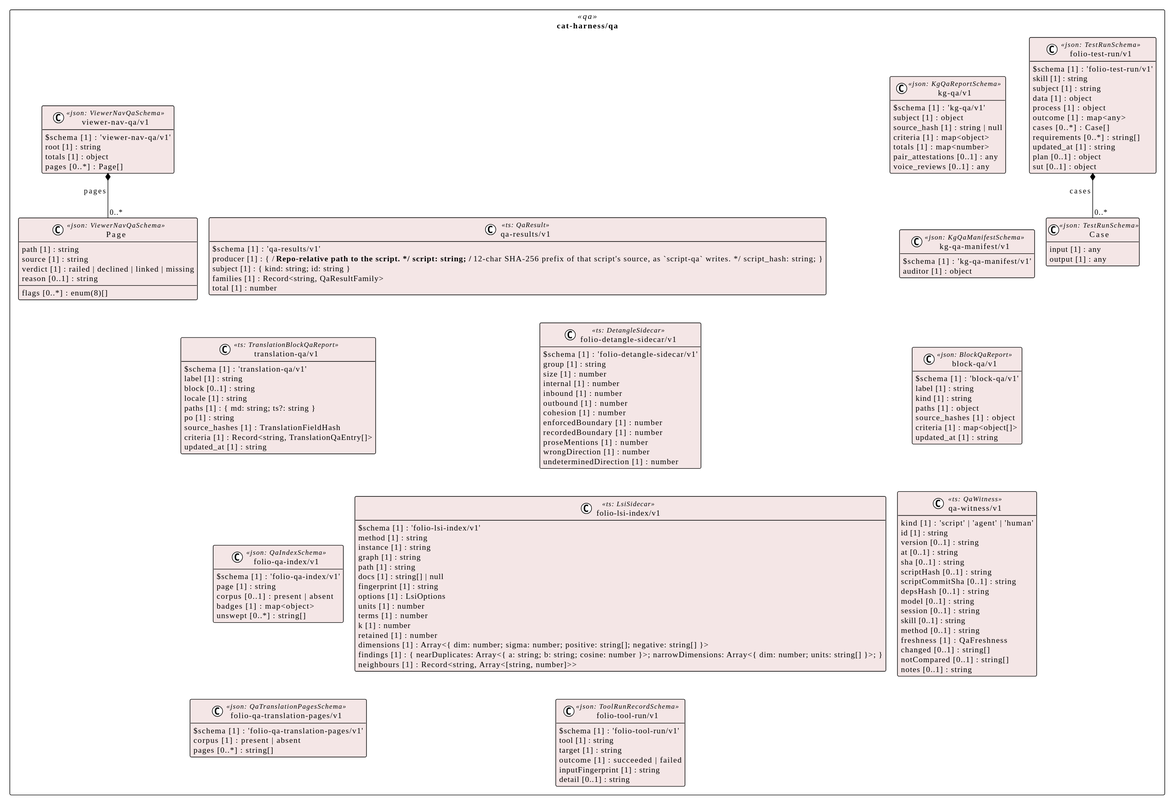
The PlantUML diagram assets/img/uml/overview/cat-harness/qa.svg in litlfred/smart-trust, before a commit.
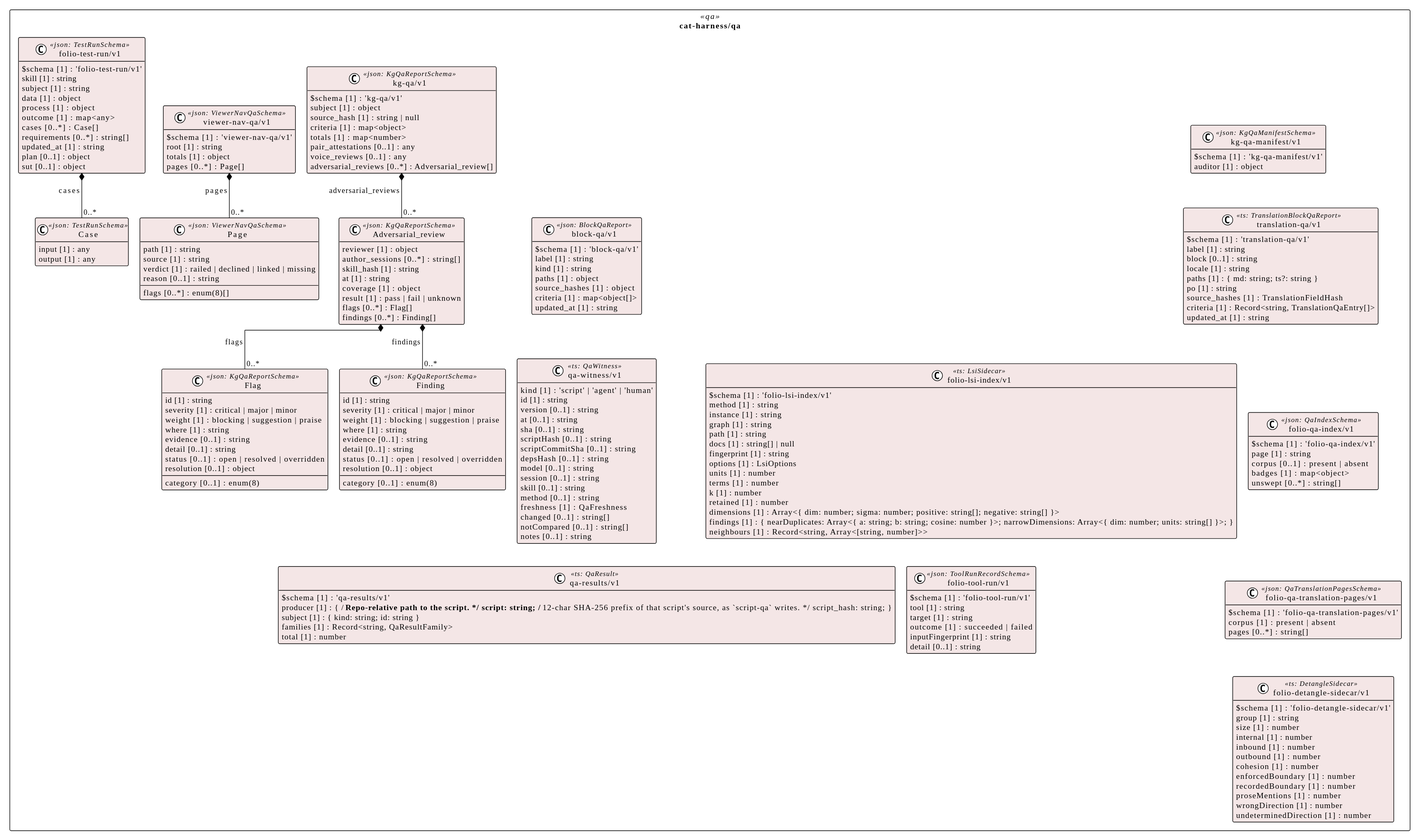
After the change.

What changed in the source:
```diff
@@ -7,6 +7,38 @@
 hide empty methods
 
 package "cat-harness/qa" as pkg_cat_harness_qa <<qa>> {
+  class "Flag" as cat_harness_qa_kg_qa_v1_Flag <<json: KgQaReportSchema>> #f4e6e6 {
+    id [1] : string
+    category [0..1] : enum(8)
+    severity [1] : critical | major | minor
+    weight [1] : blocking | suggestion | praise
+    where [1] : string
+    evidence [0..1] : string
+    detail [0..1] : string
+    status [0..1] : open | resolved | overridden
+    resolution [0..1] : object
+  }
+  class "Finding" as cat_harness_qa_kg_qa_v1_Finding <<json: KgQaReportSchema>> #f4e6e6 {
+    id [1] : string
+    category [0..1] : enum(8)
+    severity [1] : critical | major | minor
+    weight [1] : blocking | suggestion | praise
+    where [1] : string
+    evidence [0..1] : string
+    detail [0..1] : string
+    status [0..1] : open | resolved | overridden
+    resolution [0..1] : object
+  }
+  class "Adversarial_review" as cat_harness_qa_kg_qa_v1_Adversarial_review <<json: KgQaReportSchema>> #f4e6e6 {
+    reviewer [1] : object
+    author_sessions [0..*] : string[]
+    skill_hash [1] : string
+    at [1] : string
+    coverage [1] : object
+    result [1] : pass | fail | unknown
+    flags [0..*] : Flag[]
+    findings [0..*] : Finding[]
+  }
   class "kg-qa/v1" as cat_harness_qa_kg_qa_v1_kg_qa_v1 <<json: KgQaReportSchema>> #f4e6e6 {
     $schema [1] : 'kg-qa/v1'
     subject [1] : object
@@ -15,6 +47,7 @@
     totals [1] : map<number>
     pair_attestations [0..1] : any
     voice_reviews [0..1] : any
+    adversarial_reviews [0..*] : Adversarial_review[]
   }
   class "kg-qa-manifest/v1" as cat_harness_qa_kg_qa_manifest_v1_kg_qa_manifest_v1 <<json: KgQaManifestSchema>> #f4e6e6 {
     $schema [1] : 'kg-qa-manifest/v1'
@@ -148,6 +181,9 @@
   }
 }
 
+cat_harness_qa_kg_qa_v1_Adversarial_review *-- "0..*" cat_harness_qa_kg_qa_v1_Flag : flags
+cat_harness_qa_kg_qa_v1_Adversarial_review *-- "0..*" cat_harness_qa_kg_qa_v1_Finding : findings
+cat_harness_qa_kg_qa_v1_kg_qa_v1 *-- "0..*" cat_harness_qa_kg_qa_v1_Adversarial_review : adversarial_reviews
 cat_harness_qa_folio_test_run_v1_folio_test_run_v1 *-- "0..*" cat_harness_qa_folio_test_run_v1_Case : cases
 cat_harness_qa_viewer_nav_qa_v1_viewer_nav_qa_v1 *-- "0..*" cat_harness_qa_viewer_nav_qa_v1_Page : pages
 @enduml
```
